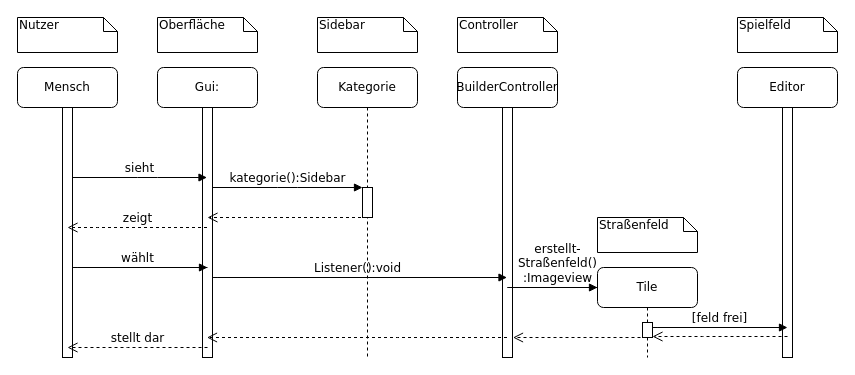
The draw.io diagram SequenzdiagrammSFplatzieren.drawio in fefuhr/SWT, before the edit. Source tidied: cells renumbered, new cells numbered last; positions are measured from the earlier drawing's top-left corner, leaving out a move shared by most shapes. Both pictures are drawn from the tidied source at 100%, with x=0, y=0 at pixel (17, 17).
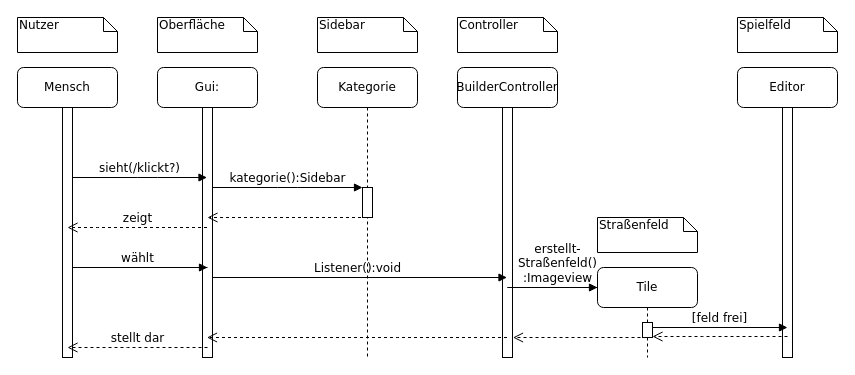
Above is the later version.

Unchanged cells that the change refers to:
```xml
<mxCell id="2" value="Gui:" style="shape=umlLifeline;perimeter=lifelinePerimeter;whiteSpace=wrap;html=1;outlineConnect=0;rounded=1;shadow=0;comic=0;labelBackgroundColor=none;strokeWidth=1;fontFamily=Verdana;fontSize=12;align=center;" parent="1" vertex="1">
  <mxGeometry x="140" y="50" width="100" height="290" as="geometry" />
</mxCell>
<mxCell id="12" style="html=1;points=[];perimeter=orthogonalPerimeter;rounded=0;shadow=0;comic=0;labelBackgroundColor=none;strokeWidth=1;fontFamily=Verdana;fontSize=12;align=center;" parent="11" vertex="1">
  <mxGeometry x="45" y="40" width="10" height="250" as="geometry" />
</mxCell>
```

Change to the diagram source:
```diff
@@
-    <mxCell id="14" value="sieht" style="html=1;verticalAlign=bottom;endArrow=block;labelBackgroundColor=none;fontFamily=Verdana;fontSize=12;edgeStyle=elbowEdgeStyle;elbow=vertical;" parent="1" edge="1" source="12" target="2">
+    <mxCell id="14" value="sieht(/klickt?)" style="html=1;verticalAlign=bottom;endArrow=block;labelBackgroundColor=none;fontFamily=Verdana;fontSize=12;edgeStyle=elbowEdgeStyle;elbow=vertical;" parent="1" edge="1" source="12" target="2">
       <mxGeometry relative="1" as="geometry">
         <Array as="points">
           <mxPoint x="130" y="160" />
           <mxPoint x="160" y="150" />
           <mxPoint x="150" y="150" />
         </Array>
       </mxGeometry>
     </mxCell>
```
